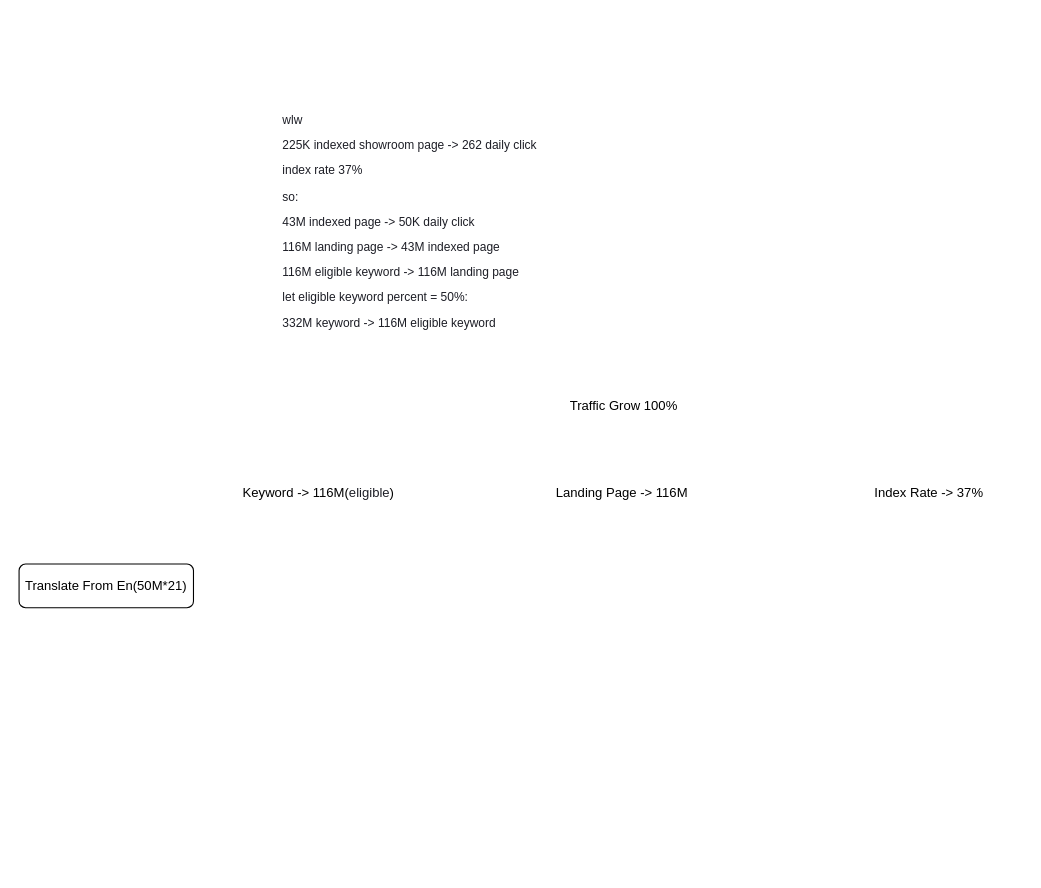
Earlier version of the draw.io diagram drawio/OKR.drawio (VisableHarry/seo-drawio). Source tidied: cells renumbered, new cells numbered last; positions are measured from the earlier drawing's top-left corner, leaving out a move shared by most shapes. Both pictures are drawn from the tidied source at 109%, with x=0, y=0 at pixel (19, 106).
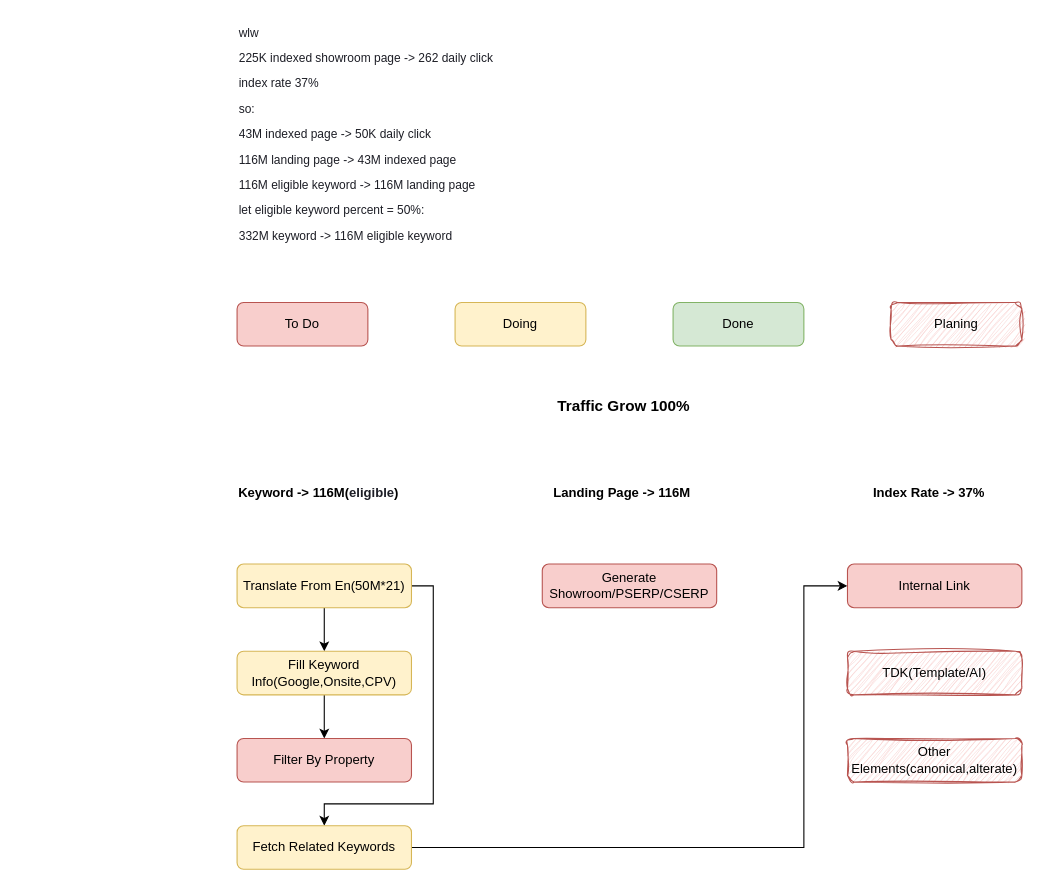
The same page after the edit.

The edit, as a diff of the source:
```diff
@@
-    <mxCell id="2" value="Traffic Grow 100%" style="text;html=1;align=center;verticalAlign=middle;whiteSpace=wrap;rounded=0;" parent="1" vertex="1">
+    <mxCell id="2" value="Traffic Grow 100%" style="text;html=1;align=center;verticalAlign=middle;whiteSpace=wrap;rounded=0;fontStyle=1;fontSize=14;" parent="1" vertex="1">
       <mxGeometry x="480" y="260" width="150" height="30" as="geometry" />
     </mxCell>
-    <mxCell id="3" value="&lt;p style=&quot;&quot;&gt;&lt;font style=&quot;font-size: 12px;&quot; face=&quot;Helvetica&quot;&gt;Keyword -&amp;gt; 116M(&lt;span style=&quot;color: rgb(29, 30, 38); text-align: left; background-color: rgb(255, 255, 255);&quot;&gt;eligible&lt;/span&gt;)&lt;/font&gt;&lt;/p&gt;" style="text;html=1;align=center;verticalAlign=middle;whiteSpace=wrap;rounded=0;" parent="1" vertex="1">
+    <mxCell id="3" value="&lt;p style=&quot;&quot;&gt;&lt;font face=&quot;Helvetica&quot; style=&quot;font-size: 12px;&quot;&gt;Keyword -&amp;gt; 116M(&lt;span style=&quot;color: rgb(29, 30, 38); text-align: left; background-color: rgb(255, 255, 255);&quot;&gt;eligible&lt;/span&gt;)&lt;/font&gt;&lt;/p&gt;" style="text;html=1;align=center;verticalAlign=middle;whiteSpace=wrap;rounded=0;fontStyle=1;" parent="1" vertex="1">
       <mxGeometry x="200" y="340" width="150" height="30" as="geometry" />
     </mxCell>
-    <mxCell id="4" value="Landing Page -&amp;gt; 116M&amp;nbsp;" style="text;html=1;align=center;verticalAlign=middle;whiteSpace=wrap;rounded=0;" parent="1" vertex="1">
+    <mxCell id="4" value="Landing Page -&amp;gt; 116M&amp;nbsp;" style="text;html=1;align=center;verticalAlign=middle;whiteSpace=wrap;rounded=0;fontStyle=1;" parent="1" vertex="1">
       <mxGeometry x="480" y="340" width="150" height="30" as="geometry" />
     </mxCell>
-    <mxCell id="5" value="Index Rate -&amp;gt; 37%" style="text;html=1;align=center;verticalAlign=middle;whiteSpace=wrap;rounded=0;" parent="1" vertex="1">
+    <mxCell id="5" value="Index Rate -&amp;gt; 37%" style="text;html=1;align=center;verticalAlign=middle;whiteSpace=wrap;rounded=0;fontStyle=1;" parent="1" vertex="1">
       <mxGeometry x="760" y="340" width="150" height="30" as="geometry" />
     </mxCell>
     <mxCell id="6" value="&lt;p style=&quot;box-sizing: border-box; margin: 0px 0px 10px; color: rgb(29, 30, 38); font-family: Circular, sans-serif; font-style: normal; font-variant-ligatures: normal; font-variant-caps: normal; font-weight: 400; letter-spacing: normal; orphans: 2; text-indent: 0px; text-transform: none; widows: 2; word-spacing: 0px; -webkit-text-stroke-width: 0px; white-space: normal; background-color: rgb(255, 255, 255); text-decoration-thickness: initial; text-decoration-style: initial; text-decoration-color: initial; font-size: 11px;&quot;&gt;&lt;font style=&quot;font-size: 11px;&quot;&gt;wlw&lt;/font&gt;&lt;/p&gt;&lt;p style=&quot;box-sizing: border-box; margin: 0px 0px 10px; color: rgb(29, 30, 38); font-family: Circular, sans-serif; font-style: normal; font-variant-ligatures: normal; font-variant-caps: normal; font-weight: 400; letter-spacing: normal; orphans: 2; text-indent: 0px; text-transform: none; widows: 2; word-spacing: 0px; -webkit-text-stroke-width: 0px; white-space: normal; background-color: rgb(255, 255, 255); text-decoration-thickness: initial; text-decoration-style: initial; text-decoration-color: initial; font-size: 11px;&quot;&gt;&lt;font style=&quot;font-size: 11px;&quot;&gt;225K indexed showroom page -&amp;gt; 262 daily click&lt;/font&gt;&lt;/p&gt;&lt;p style=&quot;box-sizing: border-box; margin: 0px 0px 10px; color: rgb(29, 30, 38); font-family: Circular, sans-serif; font-style: normal; font-variant-ligatures: normal; font-variant-caps: normal; font-weight: 400; letter-spacing: normal; orphans: 2; text-indent: 0px; text-transform: none; widows: 2; word-spacing: 0px; -webkit-text-stroke-width: 0px; white-space: normal; background-color: rgb(255, 255, 255); text-decoration-thickness: initial; text-decoration-style: initial; text-decoration-color: initial; font-size: 11px;&quot;&gt;&lt;font style=&quot;font-size: 11px;&quot;&gt;index rate 37%&lt;/font&gt;&lt;/p&gt;&lt;p style=&quot;box-sizing: border-box; margin: 0px 0px 10px; color: rgb(29, 30, 38); font-family: Circular, sans-serif; font-style: normal; font-variant-ligatures: normal; font-variant-caps: normal; font-weight: 400; letter-spacing: normal; orphans: 2; text-indent: 0px; text-transform: none; widows: 2; word-spacing: 0px; -webkit-text-stroke-width: 0px; white-space: normal; background-color: rgb(255, 255, 255); text-decoration-thickness: initial; text-decoration-style: initial; text-decoration-color: initial; font-size: 11px;&quot;&gt;&lt;font style=&quot;font-size: 11px;&quot;&gt;so:&lt;/font&gt;&lt;/p&gt;&lt;p style=&quot;box-sizing: border-box; margin: 0px 0px 10px; color: rgb(29, 30, 38); font-family: Circular, sans-serif; font-style: normal; font-variant-ligatures: normal; font-variant-caps: normal; font-weight: 400; letter-spacing: normal; orphans: 2; text-indent: 0px; text-transform: none; widows: 2; word-spacing: 0px; -webkit-text-stroke-width: 0px; white-space: normal; background-color: rgb(255, 255, 255); text-decoration-thickness: initial; text-decoration-style: initial; text-decoration-color: initial; font-size: 11px;&quot;&gt;&lt;font style=&quot;font-size: 11px;&quot;&gt;43M indexed page -&amp;gt; 50K daily click&lt;/font&gt;&lt;/p&gt;&lt;p style=&quot;box-sizing: border-box; margin: 0px 0px 10px; color: rgb(29, 30, 38); font-family: Circular, sans-serif; font-style: normal; font-variant-ligatures: normal; font-variant-caps: normal; font-weight: 400; letter-spacing: normal; orphans: 2; text-indent: 0px; text-transform: none; widows: 2; word-spacing: 0px; -webkit-text-stroke-width: 0px; white-space: normal; background-color: rgb(255, 255, 255); text-decoration-thickness: initial; text-decoration-style: initial; text-decoration-color: initial; font-size: 11px;&quot;&gt;&lt;font style=&quot;font-size: 11px;&quot;&gt;116M landing page -&amp;gt; 43M indexed page&lt;/font&gt;&lt;/p&gt;&lt;p style=&quot;box-sizing: border-box; margin: 0px 0px 10px; color: rgb(29, 30, 38); font-family: Circular, sans-serif; font-style: normal; font-variant-ligatures: normal; font-variant-caps: normal; font-weight: 400; letter-spacing: normal; orphans: 2; text-indent: 0px; text-transform: none; widows: 2; word-spacing: 0px; -webkit-text-stroke-width: 0px; white-space: normal; background-color: rgb(255, 255, 255); text-decoration-thickness: initial; text-decoration-style: initial; text-decoration-color: initial; font-size: 11px;&quot;&gt;&lt;font style=&quot;font-size: 11px;&quot;&gt;116M eligible keyword -&amp;gt; 116M landing page&lt;/font&gt;&lt;/p&gt;&lt;p style=&quot;box-sizing: border-box; margin: 0px 0px 10px; color: rgb(29, 30, 38); font-family: Circular, sans-serif; font-style: normal; font-variant-ligatures: normal; font-variant-caps: normal; font-weight: 400; letter-spacing: normal; orphans: 2; text-indent: 0px; text-transform: none; widows: 2; word-spacing: 0px; -webkit-text-stroke-width: 0px; white-space: normal; background-color: rgb(255, 255, 255); text-decoration-thickness: initial; text-decoration-style: initial; text-decoration-color: initial; font-size: 11px;&quot;&gt;&lt;font style=&quot;font-size: 11px;&quot;&gt;let eligible keyword percent = 50%:&lt;/font&gt;&lt;/p&gt;&lt;p style=&quot;box-sizing: border-box; margin: 0px; color: rgb(29, 30, 38); font-family: Circular, sans-serif; font-style: normal; font-variant-ligatures: normal; font-variant-caps: normal; font-weight: 400; letter-spacing: normal; orphans: 2; text-indent: 0px; text-transform: none; widows: 2; word-spacing: 0px; -webkit-text-stroke-width: 0px; white-space: normal; background-color: rgb(255, 255, 255); text-decoration-thickness: initial; text-decoration-style: initial; text-decoration-color: initial; font-size: 11px;&quot;&gt;&lt;font style=&quot;font-size: 11px;&quot;&gt;332M keyword -&amp;gt; 116M eligible keyword&lt;/font&gt;&lt;/p&gt;" style="text;whiteSpace=wrap;html=1;align=left;" parent="1" vertex="1">
-      <mxGeometry x="240" width="280" height="220" as="geometry" />
+      <mxGeometry x="200" y="-80" width="280" height="220" as="geometry" />
     </mxCell>
+    <mxCell id="8" style="edgeStyle=orthogonalEdgeStyle;rounded=0;jettySize=auto;html=1;exitX=0.5;exitY=1;exitDx=0;exitDy=0;entryX=0.5;entryY=0;entryDx=0;entryDy=0;" parent="1" edge="1" source="7" target="11">
+      <mxGeometry relative="1" as="geometry" />
+    </mxCell>
+    <mxCell id="9" style="edgeStyle=orthogonalEdgeStyle;rounded=0;jettySize=auto;html=1;exitX=1;exitY=0.5;exitDx=0;exitDy=0;entryX=0.5;entryY=0;entryDx=0;entryDy=0;" parent="1" edge="1" source="7" target="18">
+      <mxGeometry relative="1" as="geometry">
+        <Array as="points">
+          <mxPoint x="380" y="440" />
+          <mxPoint x="380" y="640" />
+          <mxPoint x="280" y="640" />
+        </Array>
+      </mxGeometry>
+    </mxCell>
-    <mxCell id="7" value="Translate From En(50M*21)" style="rounded=1;whiteSpace=wrap;html=1;" parent="1" vertex="1">
-      <mxGeometry y="420" width="160" height="40" as="geometry" />
+    <mxCell id="7" value="Translate From En(50M*21)" style="rounded=1;whiteSpace=wrap;html=1;fillColor=#fff2cc;strokeColor=#d6b656;" parent="1" vertex="1">
+      <mxGeometry x="200" y="420" width="160" height="40" as="geometry" />
     </mxCell>
+    <mxCell id="10" style="edgeStyle=orthogonalEdgeStyle;rounded=0;jettySize=auto;html=1;exitX=0.5;exitY=1;exitDx=0;exitDy=0;entryX=0.5;entryY=0;entryDx=0;entryDy=0;" parent="1" edge="1" source="11" target="12">
+      <mxGeometry relative="1" as="geometry" />
+    </mxCell>
+    <mxCell id="11" value="Fill Keyword Info(Google,Onsite,CPV)" style="rounded=1;whiteSpace=wrap;html=1;fillColor=#fff2cc;strokeColor=#d6b656;" parent="1" vertex="1">
+      <mxGeometry x="200" y="500" width="160" height="40" as="geometry" />
+    </mxCell>
+    <mxCell id="12" value="Filter By Property" style="rounded=1;whiteSpace=wrap;html=1;fillColor=#f8cecc;strokeColor=#b85450;" parent="1" vertex="1">
+      <mxGeometry x="200" y="580" width="160" height="40" as="geometry" />
+    </mxCell>
+    <mxCell id="13" value="Generate Showroom/PSERP/CSERP" style="rounded=1;whiteSpace=wrap;html=1;fillColor=#f8cecc;strokeColor=#b85450;" parent="1" vertex="1">
+      <mxGeometry x="480" y="420" width="160" height="40" as="geometry" />
+    </mxCell>
+    <mxCell id="14" value="Internal Link" style="rounded=1;whiteSpace=wrap;html=1;fillColor=#f8cecc;strokeColor=#b85450;" parent="1" vertex="1">
+      <mxGeometry x="760" y="420" width="160" height="40" as="geometry" />
+    </mxCell>
+    <mxCell id="15" value="TDK(Template/AI)" style="rounded=1;whiteSpace=wrap;html=1;sketch=1;curveFitting=1;jiggle=2;fillColor=#f8cecc;strokeColor=#b85450;" parent="1" vertex="1">
+      <mxGeometry x="760" y="500" width="160" height="40" as="geometry" />
+    </mxCell>
+    <mxCell id="16" value="Other Elements(canonical,alterate)" style="rounded=1;whiteSpace=wrap;html=1;sketch=1;curveFitting=1;jiggle=2;fillColor=#f8cecc;strokeColor=#b85450;" parent="1" vertex="1">
+      <mxGeometry x="760" y="580" width="160" height="40" as="geometry" />
+    </mxCell>
+    <mxCell id="17" style="edgeStyle=orthogonalEdgeStyle;rounded=0;jettySize=auto;html=1;exitX=1;exitY=0.5;exitDx=0;exitDy=0;entryX=0;entryY=0.5;entryDx=0;entryDy=0;" parent="1" edge="1" source="18" target="14">
+      <mxGeometry relative="1" as="geometry">
+        <Array as="points">
+          <mxPoint x="720" y="680" />
+          <mxPoint x="720" y="440" />
+        </Array>
+      </mxGeometry>
+    </mxCell>
+    <mxCell id="18" value="Fetch Related Keywords" style="rounded=1;whiteSpace=wrap;html=1;fillColor=#fff2cc;strokeColor=#d6b656;" parent="1" vertex="1">
+      <mxGeometry x="200" y="660" width="160" height="40" as="geometry" />
+    </mxCell>
+    <mxCell id="19" value="Doing" style="rounded=1;whiteSpace=wrap;html=1;fillColor=#fff2cc;strokeColor=#d6b656;" parent="1" vertex="1">
+      <mxGeometry x="400" y="180" width="120" height="40" as="geometry" />
+    </mxCell>
+    <mxCell id="20" value="To Do" style="rounded=1;whiteSpace=wrap;html=1;fillColor=#f8cecc;strokeColor=#b85450;" parent="1" vertex="1">
+      <mxGeometry x="200" y="180" width="120" height="40" as="geometry" />
+    </mxCell>
+    <mxCell id="21" value="Done" style="rounded=1;whiteSpace=wrap;html=1;fillColor=#d5e8d4;strokeColor=#82b366;" parent="1" vertex="1">
+      <mxGeometry x="600" y="180" width="120" height="40" as="geometry" />
+    </mxCell>
+    <mxCell id="22" value="Planing" style="rounded=1;whiteSpace=wrap;html=1;align=center;fillColor=#f8cecc;strokeColor=#b85450;sketch=1;curveFitting=1;jiggle=2;" parent="1" vertex="1">
+      <mxGeometry x="800" y="180" width="120" height="40" as="geometry" />
+    </mxCell>
```
